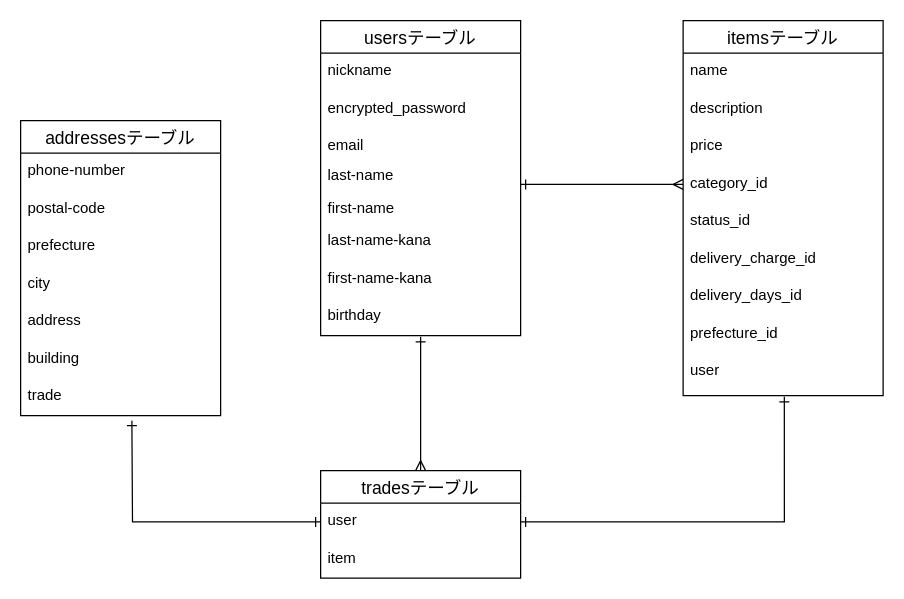
The draw.io diagram ER.dio in Mai-okn/furima-35686, before the edit. Source tidied: cells renumbered, new cells numbered last; positions are measured from the earlier drawing's top-left corner, leaving out a move shared by most shapes. Both pictures are drawn from the tidied source at 125%, with x=0, y=0 at pixel (20, 20).
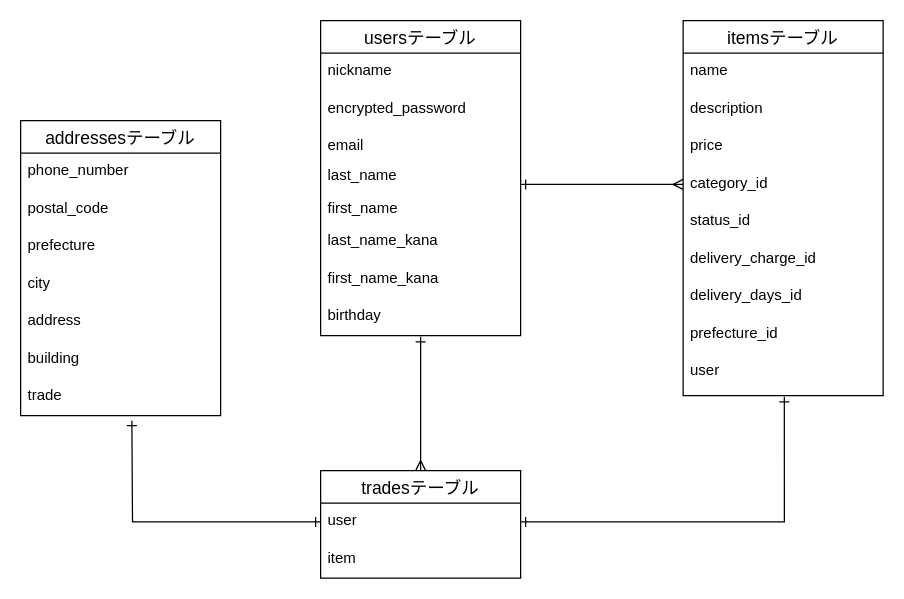
Above is the later version.

Unchanged cells that the change refers to:
```xml
<mxCell id="12" value="usersテーブル" style="swimlane;fontStyle=0;horizontal=1;startSize=26;align=center;fontSize=14;" parent="1" vertex="1">
  <mxGeometry x="240" width="160" height="252" as="geometry" />
</mxCell>
<mxCell id="26" value="addressesテーブル" style="swimlane;fontStyle=0;horizontal=1;startSize=26;align=center;fontSize=14;html=0;" parent="1" vertex="1">
  <mxGeometry y="80" width="160" height="236" as="geometry" />
</mxCell>
```

The edit, as a diff of the source:
```diff
@@
-    <mxCell id="16" value="last-name" style="text;strokeColor=none;fillColor=none;spacingLeft=4;spacingRight=4;overflow=hidden;fontSize=12;" parent="12" vertex="1">
+    <mxCell id="16" value="last_name" style="text;strokeColor=none;fillColor=none;spacingLeft=4;spacingRight=4;overflow=hidden;fontSize=12;" parent="12" vertex="1">
       <mxGeometry y="110" width="160" height="26" as="geometry" />
     </mxCell>
-    <mxCell id="17" value="first-name" style="text;strokeColor=none;fillColor=none;spacingLeft=4;spacingRight=4;overflow=hidden;fontSize=12;" parent="12" vertex="1">
+    <mxCell id="17" value="first_name" style="text;strokeColor=none;fillColor=none;spacingLeft=4;spacingRight=4;overflow=hidden;fontSize=12;" parent="12" vertex="1">
       <mxGeometry y="136" width="160" height="26" as="geometry" />
     </mxCell>
-    <mxCell id="18" value="last-name-kana" style="text;strokeColor=none;fillColor=none;spacingLeft=4;spacingRight=4;overflow=hidden;fontSize=12;" parent="12" vertex="1">
+    <mxCell id="18" value="last_name_kana" style="text;strokeColor=none;fillColor=none;spacingLeft=4;spacingRight=4;overflow=hidden;fontSize=12;" parent="12" vertex="1">
       <mxGeometry y="162" width="160" height="30" as="geometry" />
     </mxCell>
-    <mxCell id="19" value="first-name-kana" style="text;strokeColor=none;fillColor=none;spacingLeft=4;spacingRight=4;overflow=hidden;fontSize=12;" parent="12" vertex="1">
+    <mxCell id="19" value="first_name_kana" style="text;strokeColor=none;fillColor=none;spacingLeft=4;spacingRight=4;overflow=hidden;fontSize=12;" parent="12" vertex="1">
       <mxGeometry y="192" width="160" height="30" as="geometry" />
     </mxCell>
@@
-    <mxCell id="27" value="phone-number" style="text;strokeColor=none;fillColor=none;spacingLeft=4;spacingRight=4;overflow=hidden;fontSize=12;" parent="26" vertex="1">
+    <mxCell id="27" value="phone_number" style="text;strokeColor=none;fillColor=none;spacingLeft=4;spacingRight=4;overflow=hidden;fontSize=12;" parent="26" vertex="1">
       <mxGeometry y="26" width="160" height="30" as="geometry" />
     </mxCell>
-    <mxCell id="28" value="postal-code" style="text;strokeColor=none;fillColor=none;spacingLeft=4;spacingRight=4;overflow=hidden;fontSize=12;" parent="26" vertex="1">
+    <mxCell id="28" value="postal_code" style="text;strokeColor=none;fillColor=none;spacingLeft=4;spacingRight=4;overflow=hidden;fontSize=12;" parent="26" vertex="1">
       <mxGeometry y="56" width="160" height="30" as="geometry" />
     </mxCell>
```
